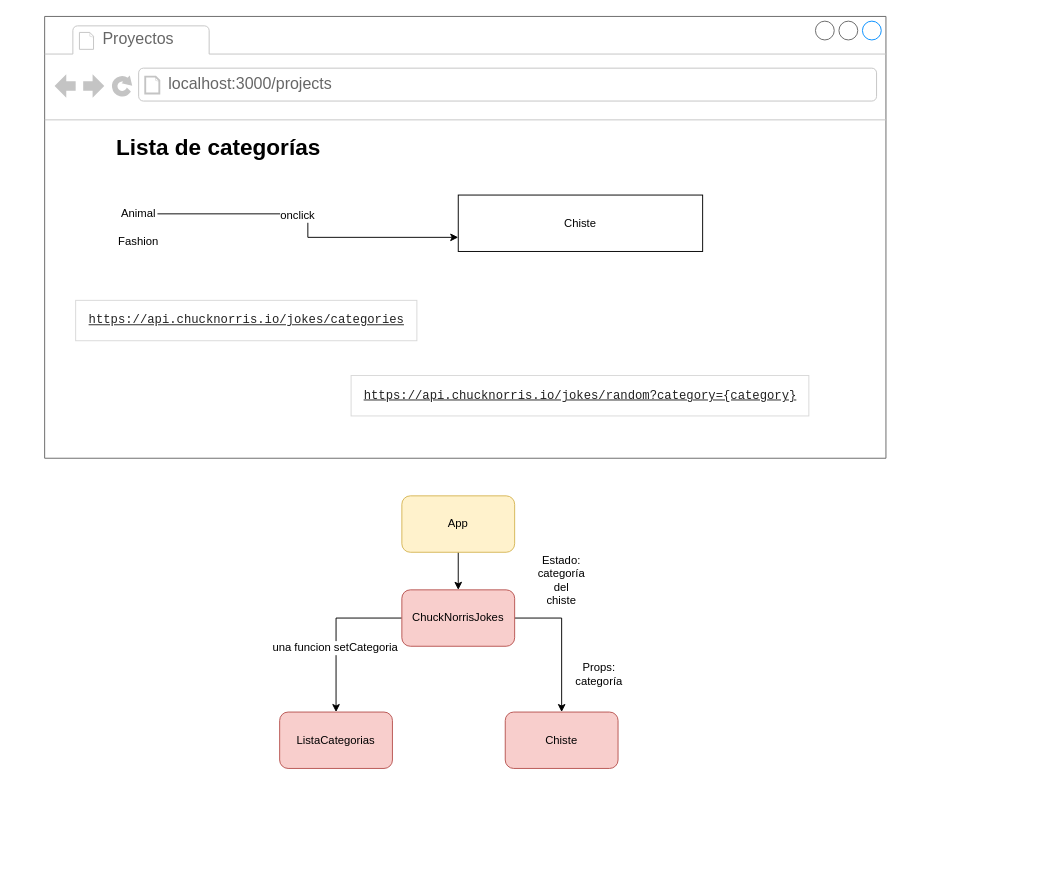
Above: 22-ejercicio-repaso/repaso.drawio in afoone/once_react (draw.io), before the change. Source tidied: cells renumbered, new cells numbered last; positions are measured from the earlier drawing's top-left corner, leaving out a move shared by most shapes. Both pictures are drawn from the tidied source at 94%, with x=0, y=0 at pixel (16, 16).
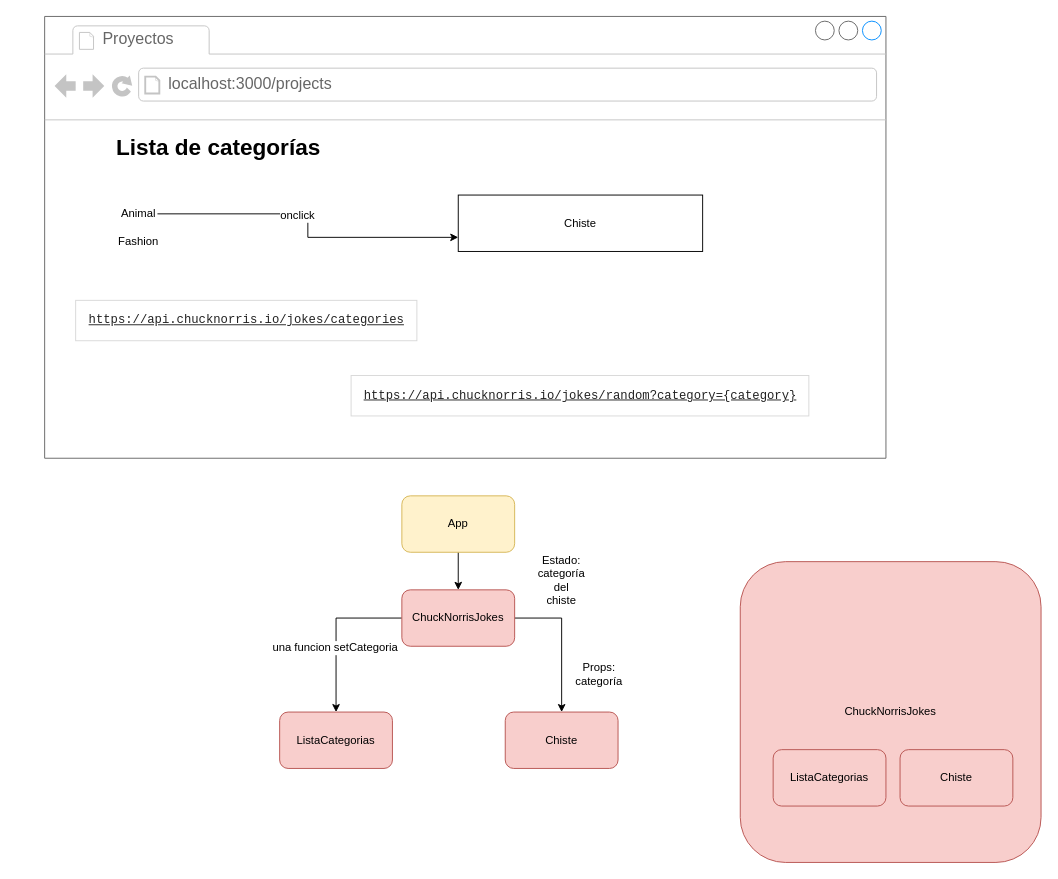
After the change.

Commit message (it also covers changes not shown here):
repaso chuck

What changed in the source:
```diff
@@
+    <mxCell id="23" value="ChuckNorrisJokes" style="rounded=1;whiteSpace=wrap;html=1;fillColor=#f8cecc;strokeColor=#b85450;" parent="1" vertex="1">
+      <mxGeometry x="770" y="580" width="320" height="320" as="geometry" />
+    </mxCell>
+    <mxCell id="24" value="ListaCategorias" style="rounded=1;whiteSpace=wrap;html=1;fillColor=#f8cecc;strokeColor=#b85450;" parent="1" vertex="1">
+      <mxGeometry x="805" y="780" width="120" height="60" as="geometry" />
+    </mxCell>
+    <mxCell id="25" value="Chiste" style="rounded=1;whiteSpace=wrap;html=1;fillColor=#f8cecc;strokeColor=#b85450;" parent="1" vertex="1">
+      <mxGeometry x="940" y="780" width="120" height="60" as="geometry" />
+    </mxCell>
```
